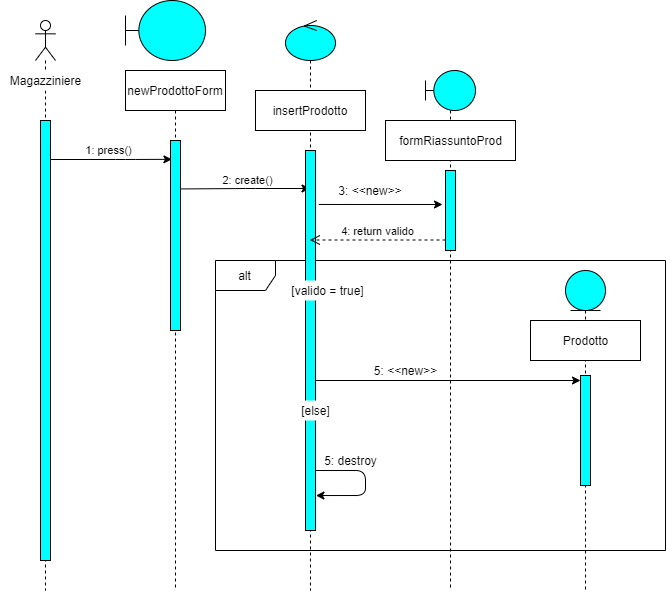
This is Object&SequenceDiagram/SD_6.png from Ciro-Fusco/NewDM, a draw.io export, as it was before one commit. Source tidied: cells renumbered, new cells last; positions are measured from the earlier drawing's top-left corner, leaving out a move shared by most shapes.
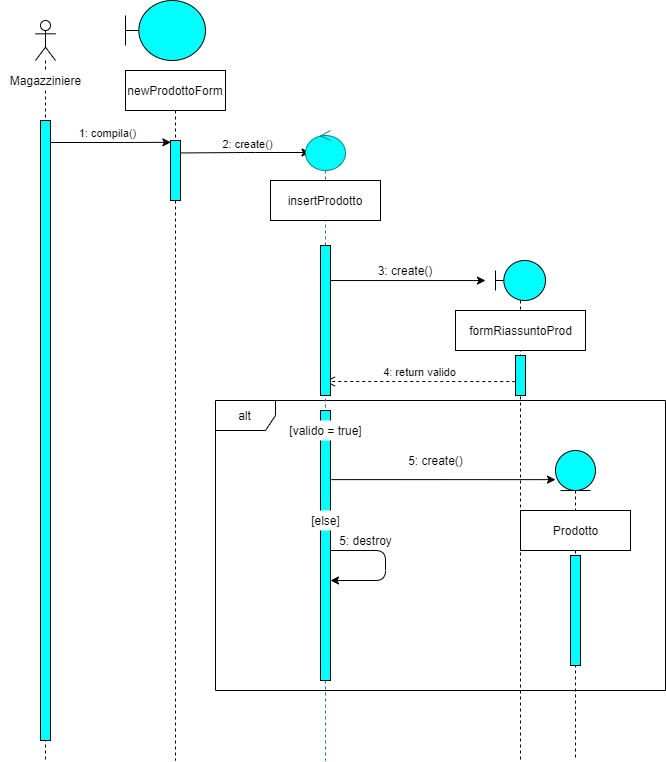
The same diagram one commit later.

Commit message:
aggiunta use case al RAD

Change to the diagram source:
```diff
@@ -3,104 +3,111 @@
     <mxCell id="0" />
     <mxCell id="1" parent="0" />
     <mxCell id="2" value="alt" style="shape=umlFrame;whiteSpace=wrap;html=1;fillColor=#FFFFFF;" parent="1" vertex="1">
-      <mxGeometry x="215" y="260" width="450" height="290" as="geometry" />
+      <mxGeometry x="215" y="400" width="450" height="290" as="geometry" />
     </mxCell>
     <mxCell id="3" value="newProdottoForm" style="shape=umlLifeline;perimeter=lifelinePerimeter;rounded=0;shadow=0;strokeWidth=1;fillColor=#FFFFFF;" parent="1" vertex="1">
-      <mxGeometry x="125" y="70" width="100" height="520" as="geometry" />
+      <mxGeometry x="125" y="70" width="100" height="690" as="geometry" />
     </mxCell>
     <mxCell id="4" style="points=[];perimeter=orthogonalPerimeter;rounded=0;shadow=0;strokeWidth=1;fillColor=#00FFFF;" parent="3" vertex="1">
-      <mxGeometry x="45" y="70" width="10" height="190" as="geometry" />
+      <mxGeometry x="45" y="70" width="10" height="60" as="geometry" />
     </mxCell>
     <mxCell id="5" style="shape=umlBoundary;whiteSpace=wrap;html=1;fillColor=#00FFFF;" parent="1" vertex="1">
       <mxGeometry x="125" width="80" height="60" as="geometry" />
     </mxCell>
-    <mxCell id="6" value="1: press()" style="endArrow=classic;html=1;entryX=0.138;entryY=0.099;entryDx=0;entryDy=0;entryPerimeter=0;fillColor=#00FFFF;" parent="1" edge="1" source="25" target="4">
+    <mxCell id="6" value="1: compila()" style="endArrow=classic;html=1;entryX=0.138;entryY=0.099;entryDx=0;entryDy=0;entryPerimeter=0;fillColor=#00FFFF;" parent="1" edge="1">
       <mxGeometry x="-0.06" y="9" relative="1" as="geometry">
+        <mxPoint x="49" y="142" as="sourcePoint" />
+        <mxPoint x="170.4" y="141.8" as="targetPoint" />
         <Array as="points">
-          <mxPoint x="125" y="159" />
+          <mxPoint x="124" y="142" />
         </Array>
       </mxGeometry>
     </mxCell>
-    <mxCell id="7" value="2: create()" style="endArrow=classic;html=1;exitX=1.027;exitY=0.255;exitDx=0;exitDy=0;exitPerimeter=0;fillColor=#00FFFF;" parent="1" edge="1" source="4" target="13">
+    <mxCell id="7" value="2: create()" style="endArrow=classic;html=1;exitX=1.027;exitY=0.255;exitDx=0;exitDy=0;exitPerimeter=0;fillColor=#00FFFF;" parent="1" edge="1">
       <mxGeometry x="0.04" y="8" relative="1" as="geometry">
+        <mxPoint x="180.3" y="152.5" as="sourcePoint" />
+        <mxPoint x="309.5" y="152" as="targetPoint" />
         <Array as="points">
-          <mxPoint x="245" y="188" />
+          <mxPoint x="245" y="152" />
         </Array>
       </mxGeometry>
     </mxCell>
     <mxCell id="8" style="shape=umlLifeline;participant=umlEntity;perimeter=lifelinePerimeter;whiteSpace=wrap;html=1;verticalAlign=top;spacingTop=36;outlineConnect=0;fillColor=#00FFFF;" parent="1" vertex="1">
-      <mxGeometry x="565" y="270" width="40" height="320" as="geometry" />
+      <mxGeometry x="555" y="450" width="40" height="310" as="geometry" />
     </mxCell>
     <mxCell id="9" style="html=1;points=[];perimeter=orthogonalPerimeter;fillColor=#00FFFF;" parent="8" vertex="1">
       <mxGeometry x="15" y="105" width="10" height="110" as="geometry" />
     </mxCell>
     <mxCell id="10" style="shape=umlLifeline;participant=umlBoundary;perimeter=lifelinePerimeter;whiteSpace=wrap;html=1;verticalAlign=top;spacingTop=36;fillColor=#00FFFF;" parent="1" vertex="1">
-      <mxGeometry x="425" y="70" width="50" height="520" as="geometry" />
+      <mxGeometry x="495" y="260" width="50" height="500" as="geometry" />
     </mxCell>
     <mxCell id="11" style="html=1;points=[];perimeter=orthogonalPerimeter;fillColor=#00FFFF;" parent="10" vertex="1">
-      <mxGeometry x="20" y="100" width="10" height="80" as="geometry" />
+      <mxGeometry x="20" y="95" width="10" height="40" as="geometry" />
     </mxCell>
     <mxCell id="12" value="formRiassuntoProd" style="html=1;fillColor=#FFFFFF;" parent="1" vertex="1">
-      <mxGeometry x="385" y="120" width="130" height="40" as="geometry" />
+      <mxGeometry x="455" y="310" width="130" height="40" as="geometry" />
     </mxCell>
-    <mxCell id="13" style="shape=umlLifeline;participant=umlControl;perimeter=lifelinePerimeter;whiteSpace=wrap;html=1;verticalAlign=top;spacingTop=36;outlineConnect=0;fillColor=#00FFFF;" parent="1" vertex="1">
-      <mxGeometry x="285" y="20" width="50" height="570" as="geometry" />
-    </mxCell>
-    <mxCell id="14" style="html=1;points=[];perimeter=orthogonalPerimeter;fillColor=#00FFFF;" parent="13" vertex="1">
-      <mxGeometry x="20" y="130" width="10" height="380" as="geometry" />
-    </mxCell>
-    <mxCell id="15" style="endArrow=classic;html=1;entryX=1.041;entryY=0.908;entryDx=0;entryDy=0;entryPerimeter=0;fillColor=#00FFFF;" parent="13" edge="1" source="14" target="14">
-      <mxGeometry relative="1" as="geometry">
-        <Array as="points">
-          <mxPoint x="80" y="450" />
-          <mxPoint x="80" y="475" />
-        </Array>
-      </mxGeometry>
-    </mxCell>
-    <mxCell id="16" value="insertProdotto" style="rounded=0;whiteSpace=wrap;html=1;align=center;fillColor=#FFFFFF;" parent="1" vertex="1">
-      <mxGeometry x="255" y="90" width="110" height="40" as="geometry" />
-    </mxCell>
-    <mxCell id="17" value="4: return valido" style="html=1;verticalAlign=bottom;endArrow=open;dashed=1;endSize=8;fillColor=#00FFFF;" parent="1" edge="1" target="13">
+    <mxCell id="17" value="4: return valido" style="html=1;verticalAlign=bottom;endArrow=open;dashed=1;endSize=8;fillColor=#00FFFF;exitX=-0.025;exitY=0.652;exitDx=0;exitDy=0;exitPerimeter=0;" parent="1" edge="1" source="11" target="30">
       <mxGeometry relative="1" as="geometry">
-        <mxPoint x="445" y="239.5" as="sourcePoint" />
+        <Array as="points">
+          <mxPoint x="435" y="381" />
+        </Array>
       </mxGeometry>
     </mxCell>
-    <mxCell id="18" value="[valido = true]" style="text;html=1;strokeColor=none;align=center;verticalAlign=middle;whiteSpace=wrap;rounded=0;fillColor=#FFFFFF;" parent="1" vertex="1">
-      <mxGeometry x="285" y="280" width="85" height="20" as="geometry" />
-    </mxCell>
     <mxCell id="19" value="Prodotto" style="html=1;fillColor=#FFFFFF;" parent="1" vertex="1">
-      <mxGeometry x="530" y="320" width="110" height="40" as="geometry" />
+      <mxGeometry x="520" y="510" width="110" height="40" as="geometry" />
     </mxCell>
-    <mxCell id="20" style="endArrow=classic;html=1;fillColor=#00FFFF;" parent="1" edge="1" target="9">
-      <mxGeometry relative="1" as="geometry">
-        <mxPoint x="315" y="380" as="sourcePoint" />
-      </mxGeometry>
-    </mxCell>
-    <mxCell id="21" value="5: &amp;lt;&amp;lt;new&amp;gt;&amp;gt;" style="text;html=1;align=center;verticalAlign=middle;" parent="1" vertex="1">
-      <mxGeometry x="365" y="360" width="80" height="20" as="geometry" />
-    </mxCell>
-    <mxCell id="22" value="[else]" style="text;html=1;align=center;verticalAlign=middle;fillColor=#FFFFFF;" parent="1" vertex="1">
-      <mxGeometry x="295" y="400" width="40" height="20" as="geometry" />
-    </mxCell>
     <mxCell id="23" value="5: destroy" style="text;html=1;align=center;verticalAlign=middle;" parent="1" vertex="1">
-      <mxGeometry x="315" y="450" width="70" height="20" as="geometry" />
+      <mxGeometry x="330" y="530" width="70" height="20" as="geometry" />
     </mxCell>
     <mxCell id="24" style="shape=umlLifeline;participant=umlActor;perimeter=lifelinePerimeter;whiteSpace=wrap;html=1;verticalAlign=top;spacingTop=36;fillColor=#FFFFFF;" parent="1" vertex="1">
-      <mxGeometry x="35" y="20" width="20" height="570" as="geometry" />
+      <mxGeometry x="35" y="20" width="20" height="740" as="geometry" />
     </mxCell>
     <mxCell id="25" style="html=1;points=[];perimeter=orthogonalPerimeter;fillColor=#00FFFF;" parent="24" vertex="1">
-      <mxGeometry x="5" y="100" width="10" height="440" as="geometry" />
+      <mxGeometry x="5" y="100" width="10" height="620" as="geometry" />
     </mxCell>
     <mxCell id="26" value="Magazziniere" style="text;html=1;align=center;verticalAlign=middle;fillColor=#FFFFFF;" parent="1" vertex="1">
       <mxGeometry y="70" width="90" height="20" as="geometry" />
     </mxCell>
-    <mxCell id="27" value="3: &amp;lt;&amp;lt;new&amp;gt;&amp;gt;" style="text;html=1;strokeColor=none;fillColor=none;align=center;verticalAlign=middle;whiteSpace=wrap;rounded=0;" parent="1" vertex="1">
-      <mxGeometry x="330" y="180" width="80" height="20" as="geometry" />
+    <mxCell id="27" value="3: create()" style="text;html=1;strokeColor=none;fillColor=none;align=center;verticalAlign=middle;whiteSpace=wrap;rounded=0;" parent="1" vertex="1">
+      <mxGeometry x="365" y="260" width="80" height="20" as="geometry" />
     </mxCell>
-    <mxCell id="28" style="endArrow=classic;html=1;fillColor=#00FFFF;exitX=1.333;exitY=0.142;exitDx=0;exitDy=0;exitPerimeter=0;" parent="1" edge="1" source="14">
+    <mxCell id="28" style="endArrow=classic;html=1;fillColor=#00FFFF;" parent="1" edge="1" source="30">
       <mxGeometry relative="1" as="geometry">
-        <mxPoint x="442" y="204" as="targetPoint" />
+        <mxPoint x="485" y="280" as="targetPoint" />
       </mxGeometry>
     </mxCell>
+    <mxCell id="21" value="5: create()" style="text;html=1;align=center;verticalAlign=middle;" parent="1" vertex="1">
+      <mxGeometry x="400" y="450" width="70" height="20" as="geometry" />
+    </mxCell>
+    <mxCell id="29" style="endArrow=classic;html=1;fillColor=#00FFFF;entryX=0;entryY=0.094;entryDx=0;entryDy=0;entryPerimeter=0;exitX=1.087;exitY=0.256;exitDx=0;exitDy=0;exitPerimeter=0;" parent="1" edge="1" source="14" target="8">
+      <mxGeometry relative="1" as="geometry" />
+    </mxCell>
+    <mxCell id="15" style="endArrow=classic;html=1;fillColor=#00FFFF;" parent="1" edge="1" source="14" target="14">
+      <mxGeometry relative="1" as="geometry">
+        <Array as="points">
+          <mxPoint x="385" y="550" />
+          <mxPoint x="385" y="580" />
+        </Array>
+      </mxGeometry>
+    </mxCell>
+    <mxCell id="30" style="shape=umlLifeline;participant=umlControl;perimeter=lifelinePerimeter;whiteSpace=wrap;html=1;verticalAlign=top;spacingTop=36;outlineConnect=0;strokeColor=#0e8088;fillColor=#00FFFF;" parent="1" vertex="1">
+      <mxGeometry x="305" y="130" width="40" height="630" as="geometry" />
+    </mxCell>
+    <mxCell id="31" style="perimeter=orthogonalPerimeter;rounded=0;shadow=0;strokeWidth=1;fillColor=#00FFFF;" parent="30" vertex="1">
+      <mxGeometry x="15" y="115" width="10" height="150" as="geometry" />
+    </mxCell>
+    <mxCell id="14" style="html=1;points=[];perimeter=orthogonalPerimeter;fillColor=#00FFFF;" parent="1" vertex="1">
+      <mxGeometry x="320" y="410" width="10" height="270" as="geometry" />
+    </mxCell>
+    <mxCell id="18" value="[valido = true]" style="text;html=1;strokeColor=none;align=center;verticalAlign=middle;whiteSpace=wrap;rounded=0;fillColor=#ffffff;" parent="1" vertex="1">
+      <mxGeometry x="282.5" y="420" width="85" height="20" as="geometry" />
+    </mxCell>
+    <mxCell id="22" value="[else]" style="text;html=1;align=center;verticalAlign=middle;fillColor=#FFFFFF;" parent="1" vertex="1">
+      <mxGeometry x="305" y="510" width="40" height="20" as="geometry" />
+    </mxCell>
+    <mxCell id="16" value="insertProdotto" style="rounded=0;whiteSpace=wrap;html=1;align=center;fillColor=#FFFFFF;" parent="1" vertex="1">
+      <mxGeometry x="270" y="180" width="110" height="40" as="geometry" />
+    </mxCell>
   </root>
 </mxGraphModel>
```
